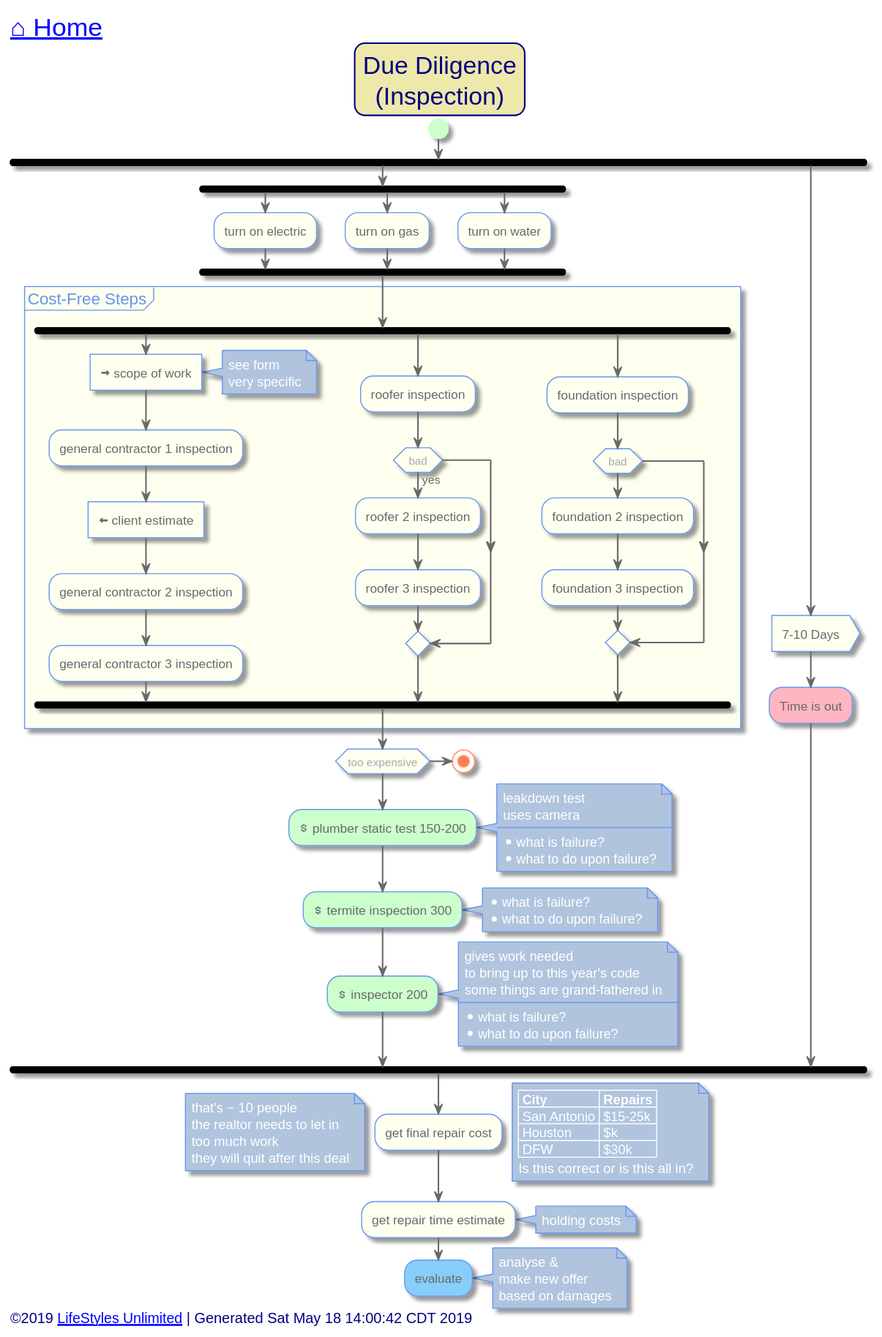
This is out/src/single-family/due-diligence.svg from toddmo/lifestylesunlimited, a PlantUML export, as it was before one commit.
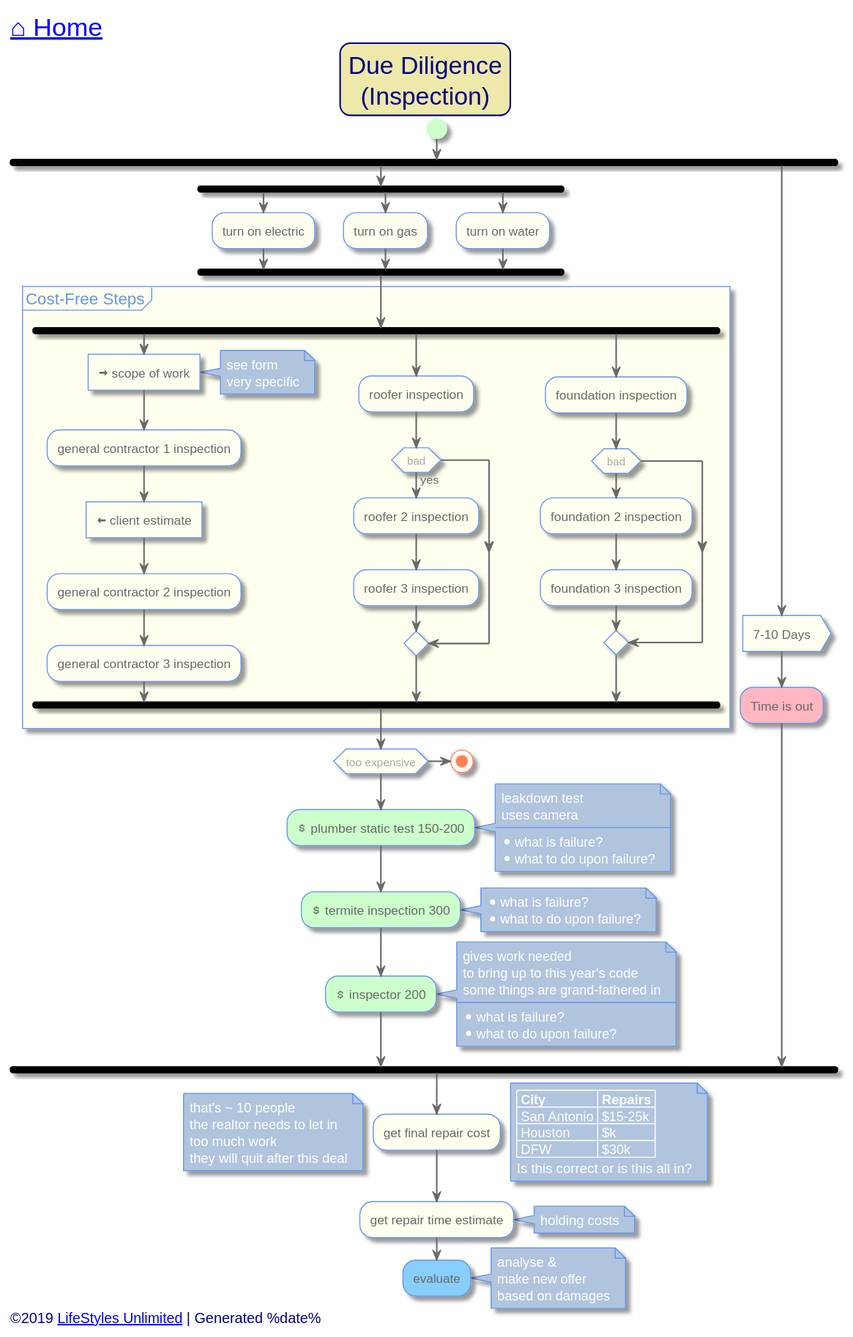
The same file after the commit.

Change to the diagram source:
```diff
@@ -175,7 +175,7 @@
 
 
 left footer
-	<font size=14>©2019 [[http://www.lifestylesunlimited.com LifeStyles Unlimited]] | Generated Sat May 18 14:00:42 CDT 2019</font>
+	<font size=14>©2019 [[http://www.lifestylesunlimited.com LifeStyles Unlimited]] | Generated %date%</font>
 endfooter
 
 
```
